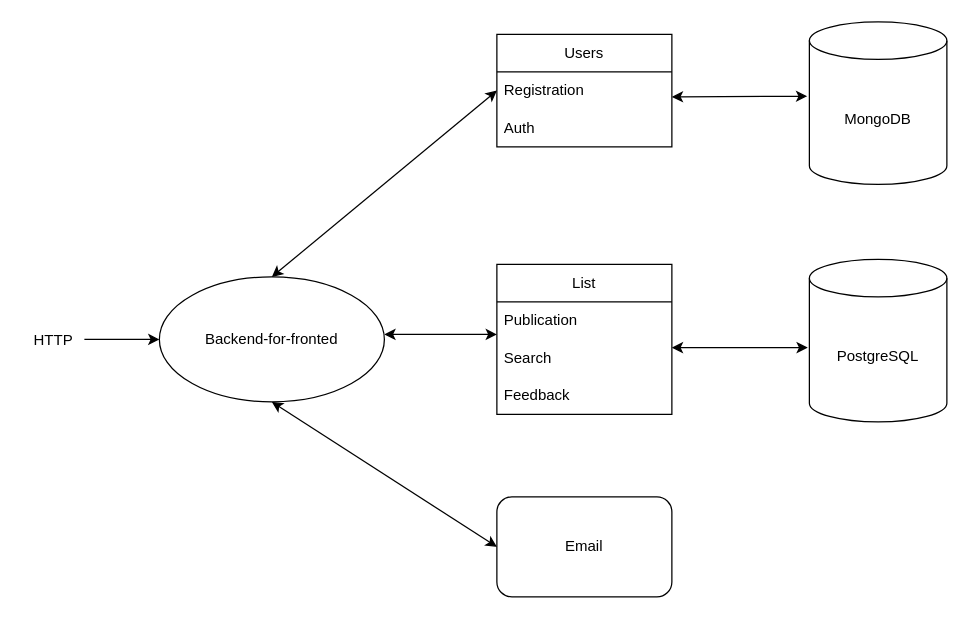
Above: specification.drawio in htmlacademy-nestjs/1221143-readme-2 (draw.io), before the change. Source tidied: cells renumbered, new cells numbered last; positions are measured from the earlier drawing's top-left corner, leaving out a move shared by most shapes. Both pictures are drawn from the tidied source at 125%, with x=0, y=0 at pixel (21, 21).
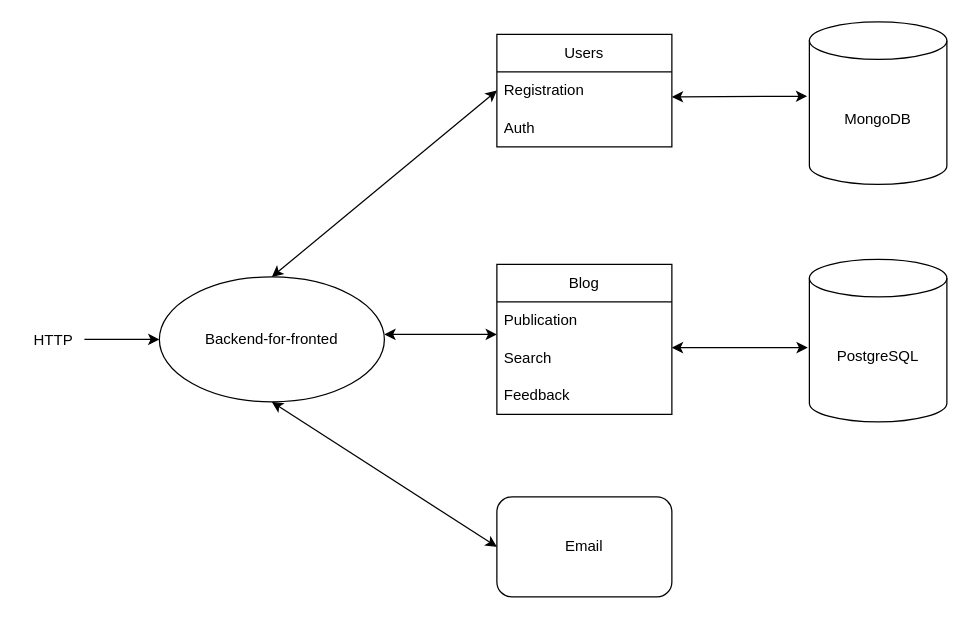
The same diagram, later.

Change to the diagram source:
```diff
@@
-    <mxCell id="7" value="List" style="swimlane;fontStyle=0;horizontal=1;startSize=30;whiteSpace=wrap;html=1;" parent="1" vertex="1">
+    <mxCell id="7" value="Blog" style="swimlane;fontStyle=0;horizontal=1;startSize=30;whiteSpace=wrap;html=1;" parent="1" vertex="1">
       <mxGeometry x="380" y="194" width="140" height="120" as="geometry" />
     </mxCell>
```
